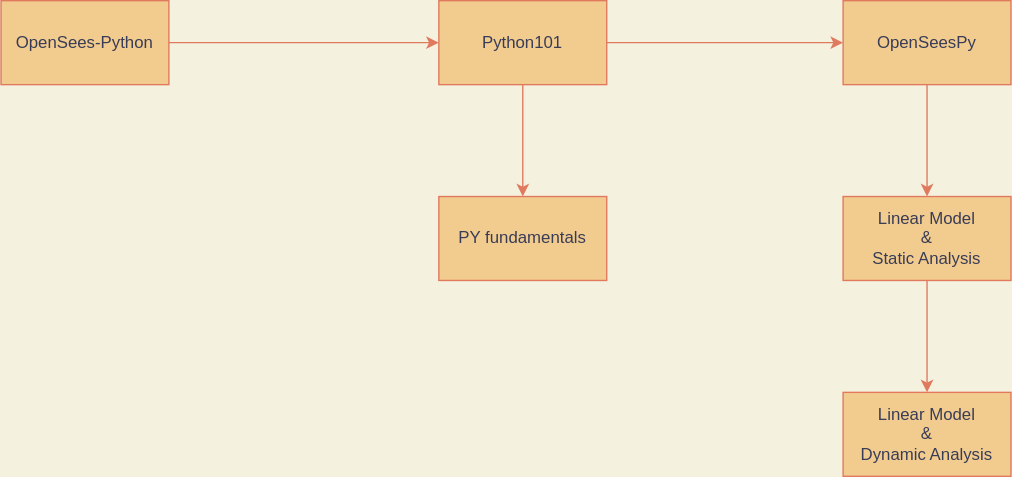
Above: Python-OpenSeesPy/img/aad_OSW-6ICEES.drawio.svg in volkanozsarac/OSW-6ICEES (draw.io), before the change. Source tidied: cells renumbered, new cells last; positions are measured from the earlier drawing's top-left corner, leaving out a move shared by most shapes.
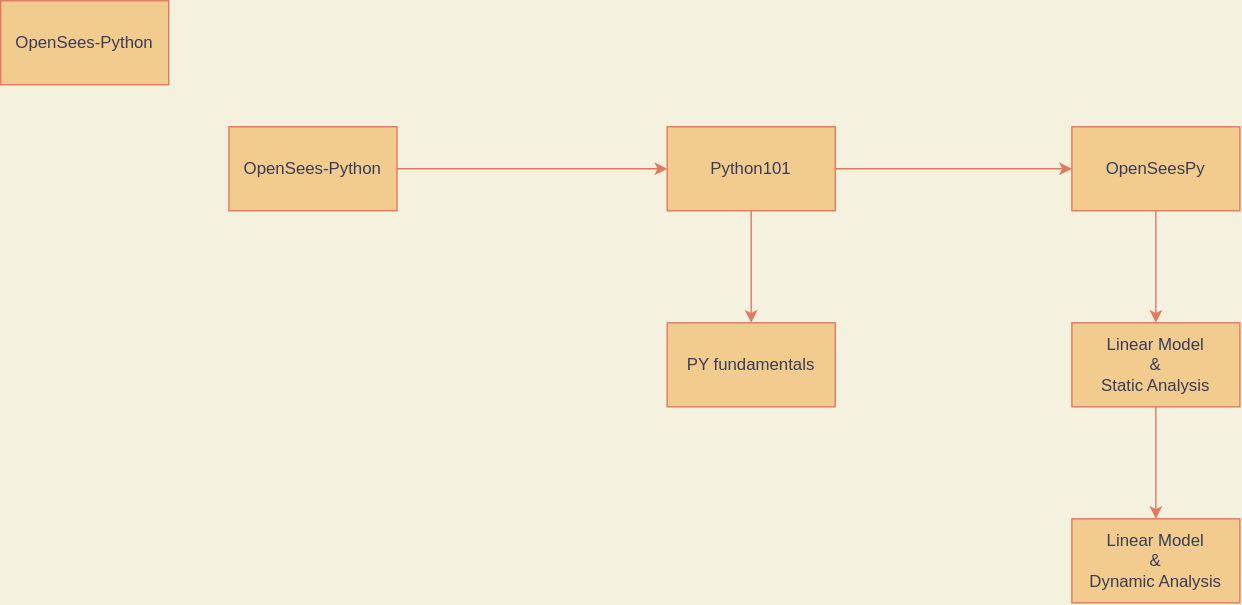
The same diagram one commit later.

Change to the diagram source:
```diff
@@ -35,5 +35,8 @@
     <mxCell id="12" value="Linear Model&lt;br&gt;&amp;amp;&lt;br&gt;Dynamic Analysis" style="rounded=0;whiteSpace=wrap;html=1;fillColor=#F2CC8F;strokeColor=#E07A5F;fontColor=#393C56;" parent="1" vertex="1">
       <mxGeometry x="602" y="280" width="120" height="60" as="geometry" />
     </mxCell>
+    <mxCell id="13" value="OpenSees-Python" style="rounded=0;whiteSpace=wrap;html=1;fillColor=#F2CC8F;strokeColor=#E07A5F;fontColor=#393C56;" parent="1" vertex="1">
+      <mxGeometry x="-163" y="-90" width="120" height="60" as="geometry" />
+    </mxCell>
   </root>
 </mxGraphModel>
```
